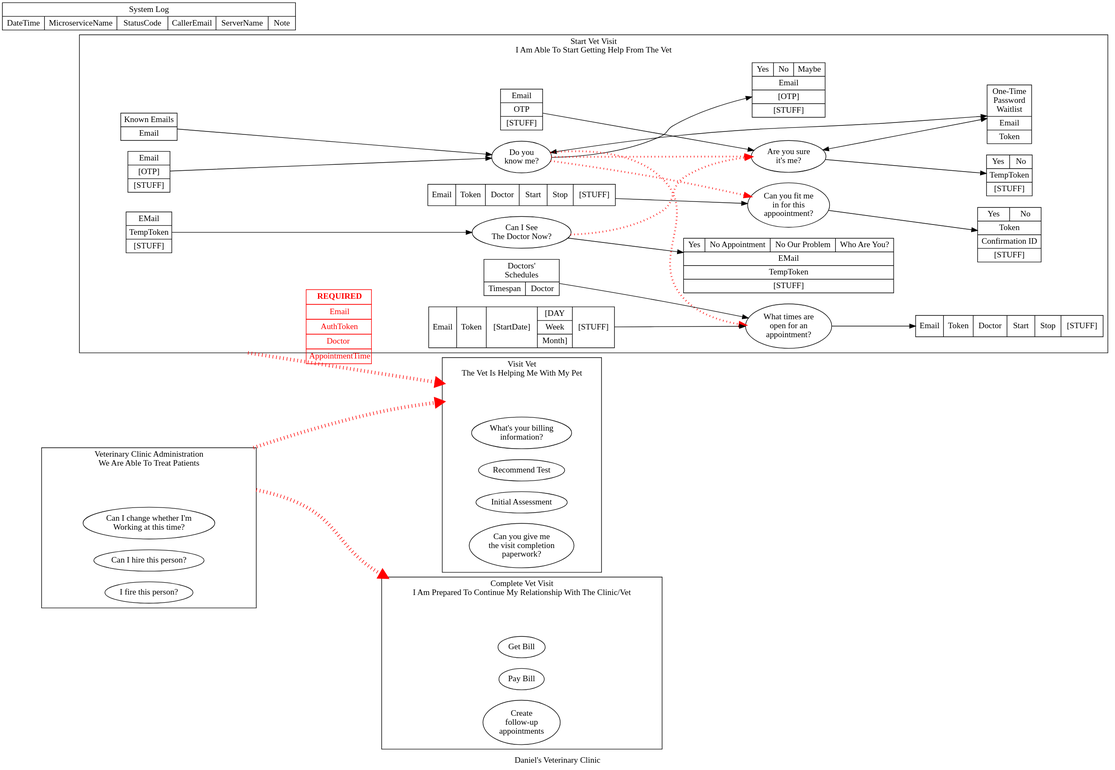
This is out/VeterinaryClinic/VeterinaryClinic.svg from DanielBMarkham/fsharp-play, a PlantUML export, as it was before one commit. Its source is kept beside it as VeterinaryClinic.pu.
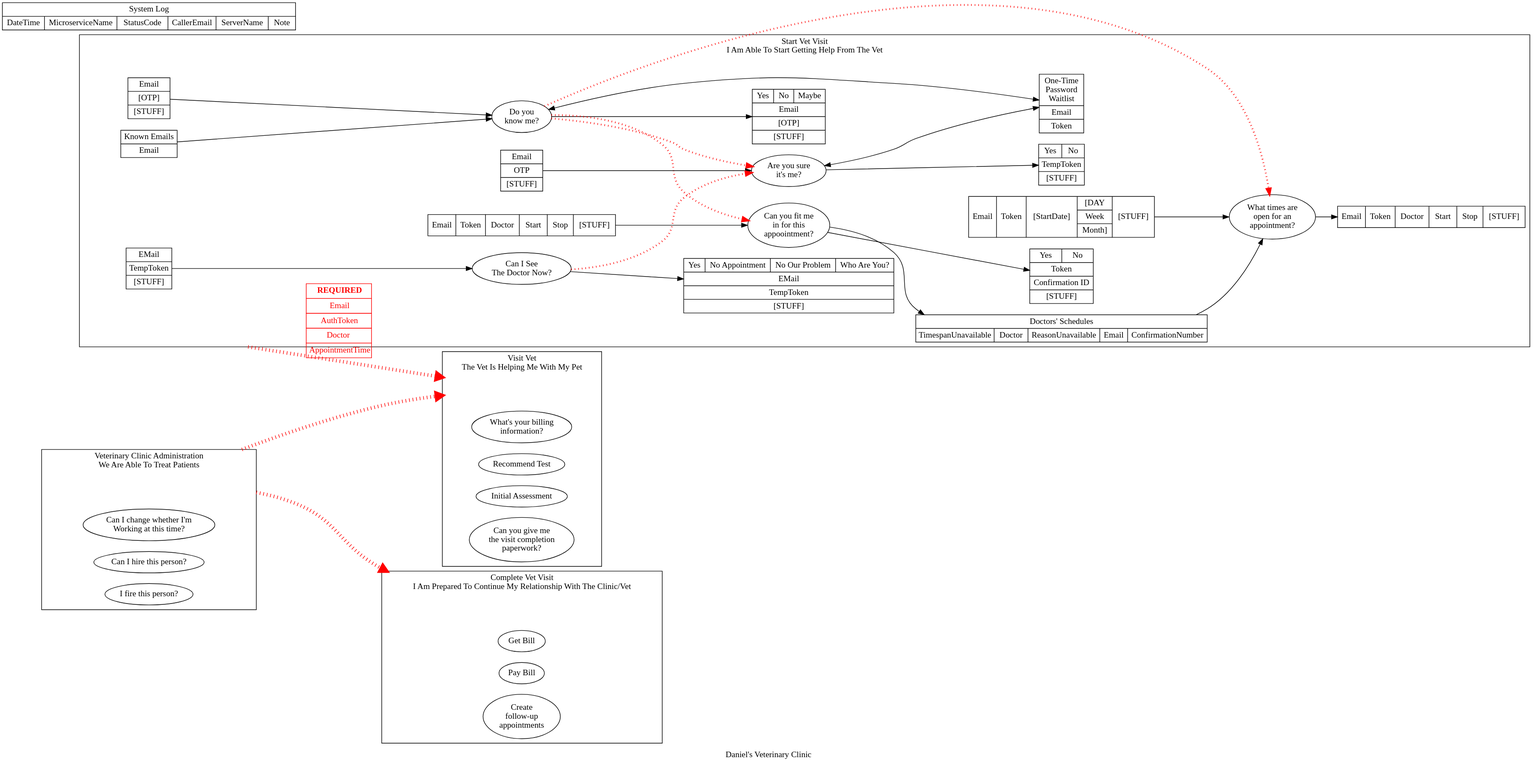
Later version of the same file.

Change to the diagram source:
```diff
@@ -37,7 +37,7 @@
     canISeeTheDoctorNowInput->canISeeTheDoctorNow;
     canISeeTheDoctorNow->canISeeTheDoctorNowOutput;
 
-    docSchedule [shape=record, label="<f0> Doctors'\nSchedules | {<f1>Timespan | <f2> Doctor }"];
+    docSchedule [shape=record, label="<f0> Doctors' Schedules | {<f1>TimespanUnavailable | <f2> Doctor | <f3> ReasonUnavailable | <f4> Email | <f5> ConfirmationNumber }"];
     whatTimesAreOpenForAnAppointmentInput [shape=record, label="{<f0> Email | <f1> Token | <f2> \[StartDate\] | {<f3> \[DAY|Week|Month\]} | <f4> \[STUFF\]}"];
     whatTimesAreOpenForAnAppointment [shape=oval, label="What times are\nopen for an\nappointment?"];
     whatTimesAreOpenForAnAppointmentOutput [shape=record, label="{<f0> Email | <f1> Token | <f2> Doctor | <f3> Start | <f4> Stop | <f5> \[STUFF\]}"];
@@ -50,6 +50,7 @@
     canYouFitMeInForThisAppointment [shape=oval, label="Can you fit me\nin for this\nappoointment?"];
     canYouFitMeInForThisAppointmentInput->canYouFitMeInForThisAppointment;
     canYouFitMeInForThisAppointment->canYouFitMeInForThisAppointmentOutput;
+    canYouFitMeInForThisAppointment->docSchedule;
 
     // MICROSERVICE BUSINESS HIERARCHY -- NOT DATAFLOW OR DEPENDENCIES
     doYouKnowMe->canYouFitMeInForThisAppointment [color=red, penwidth=3, style=dotted];
```
